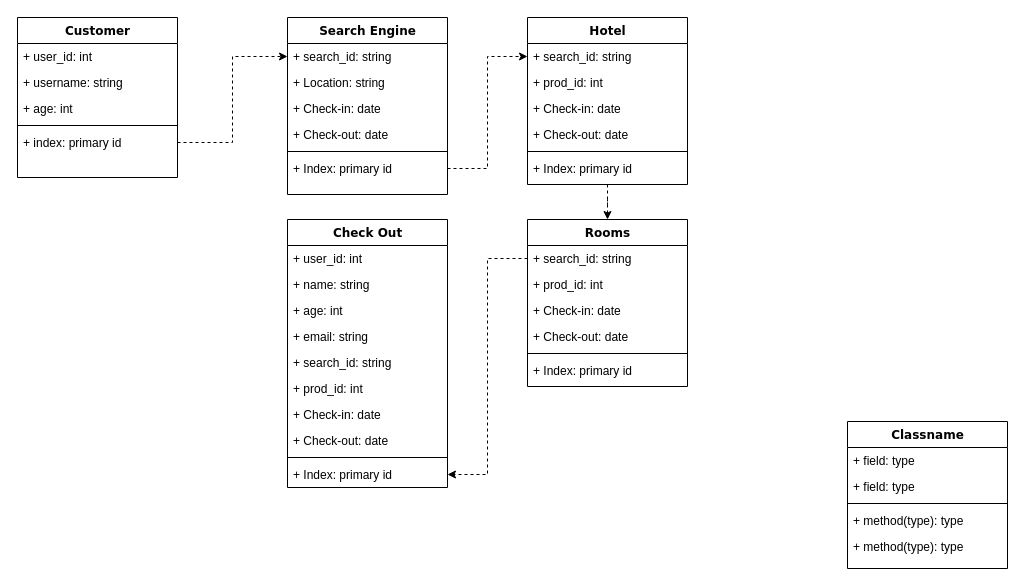
Above: Untitled Diagram.drawio in whyllard/weng (draw.io), before the change. Source tidied: cells renumbered, new cells numbered last; positions are measured from the earlier drawing's top-left corner, leaving out a move shared by most shapes. Both pictures are drawn from the tidied source at 100%, with x=0, y=0 at pixel (17, 17).
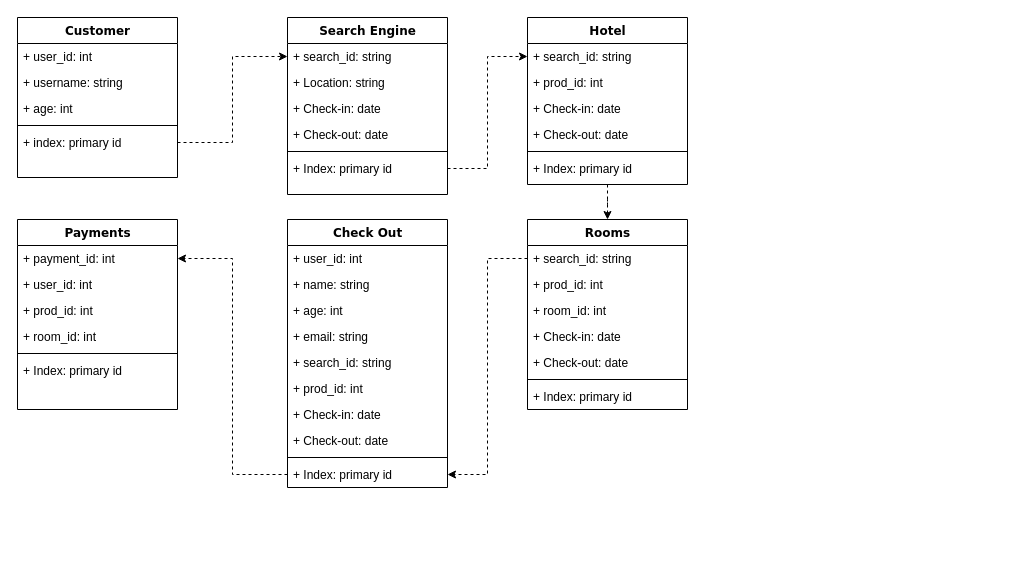
Above is the later version.

The change refers to these unchanged cells:
```xml
<mxCell id="47" value="+ Index: primary id" style="text;html=1;strokeColor=none;fillColor=none;align=left;verticalAlign=top;spacingLeft=4;spacingRight=4;whiteSpace=wrap;overflow=hidden;points=[[0,0.5],[1,0.5]];portConstraint=eastwest;" parent="37" vertex="1">
  <mxGeometry y="242" width="160" height="26" as="geometry" />
</mxCell>
```

Change to the diagram source:
```diff
@@
-    <mxCell id="23" value="Classname" style="swimlane;html=1;fontStyle=1;align=center;verticalAlign=top;horizontal=1;startSize=26;swimlaneFillColor=#ffffff;rounded=0;shadow=0;comic=0;labelBackgroundColor=none;strokeWidth=1;fillColor=none;fontFamily=Verdana;fontSize=12;" parent="1" vertex="1">
-      <mxGeometry x="830" y="404" width="160" height="147" as="geometry" />
-    </mxCell>
-    <mxCell id="24" value="+ field: type" style="text;html=1;strokeColor=none;fillColor=none;align=left;verticalAlign=top;spacingLeft=4;spacingRight=4;whiteSpace=wrap;overflow=hidden;" parent="23" vertex="1">
-      <mxGeometry y="26" width="160" height="26" as="geometry" />
-    </mxCell>
-    <mxCell id="25" value="+ field: type" style="text;html=1;strokeColor=none;fillColor=none;align=left;verticalAlign=top;spacingLeft=4;spacingRight=4;whiteSpace=wrap;overflow=hidden;" parent="23" vertex="1">
-      <mxGeometry y="52" width="160" height="26" as="geometry" />
-    </mxCell>
-    <mxCell id="26" style="line;html=1;strokeWidth=1;fillColor=none;align=left;verticalAlign=middle;spacingTop=-1;spacingLeft=3;spacingRight=3;labelPosition=right;" parent="23" vertex="1">
-      <mxGeometry y="78" width="160" height="8" as="geometry" />
-    </mxCell>
-    <mxCell id="27" value="+ method(type): type" style="text;html=1;strokeColor=none;fillColor=none;align=left;verticalAlign=top;spacingLeft=4;spacingRight=4;whiteSpace=wrap;overflow=hidden;" parent="23" vertex="1">
-      <mxGeometry y="86" width="160" height="26" as="geometry" />
-    </mxCell>
-    <mxCell id="28" value="+ method(type): type" style="text;html=1;strokeColor=none;fillColor=none;align=left;verticalAlign=top;spacingLeft=4;spacingRight=4;whiteSpace=wrap;overflow=hidden;" parent="23" vertex="1">
-      <mxGeometry y="112" width="160" height="26" as="geometry" />
-    </mxCell>
@@
     <mxCell id="30" value="Rooms" style="swimlane;html=1;fontStyle=1;align=center;verticalAlign=top;horizontal=1;startSize=26;swimlaneFillColor=#ffffff;rounded=0;shadow=0;comic=0;labelBackgroundColor=none;strokeWidth=1;fillColor=none;fontFamily=Verdana;fontSize=12;" parent="1" vertex="1">
-      <mxGeometry x="510" y="202" width="160" height="167" as="geometry" />
+      <mxGeometry x="510" y="202" width="160" height="190" as="geometry" />
     </mxCell>
@@
+    <mxCell id="50" value="+ room_id: int" style="text;html=1;strokeColor=none;fillColor=none;align=left;verticalAlign=top;spacingLeft=4;spacingRight=4;whiteSpace=wrap;overflow=hidden;" parent="30" vertex="1">
+      <mxGeometry y="78" width="160" height="26" as="geometry" />
+    </mxCell>
     <mxCell id="33" value="+ Check-in: date" style="text;html=1;strokeColor=none;fillColor=none;align=left;verticalAlign=top;spacingLeft=4;spacingRight=4;whiteSpace=wrap;overflow=hidden;" parent="30" vertex="1">
-      <mxGeometry y="78" width="160" height="26" as="geometry" />
+      <mxGeometry y="104" width="160" height="26" as="geometry" />
     </mxCell>
     <mxCell id="34" value="+ Check-out: date" style="text;html=1;strokeColor=none;fillColor=none;align=left;verticalAlign=top;spacingLeft=4;spacingRight=4;whiteSpace=wrap;overflow=hidden;" parent="30" vertex="1">
-      <mxGeometry y="104" width="160" height="26" as="geometry" />
+      <mxGeometry y="130" width="160" height="26" as="geometry" />
     </mxCell>
     <mxCell id="35" style="line;html=1;strokeWidth=1;fillColor=none;align=left;verticalAlign=middle;spacingTop=-1;spacingLeft=3;spacingRight=3;labelPosition=right;" parent="30" vertex="1">
-      <mxGeometry y="130" width="160" height="8" as="geometry" />
+      <mxGeometry y="156" width="160" height="8" as="geometry" />
     </mxCell>
     <mxCell id="36" value="+ Index: primary id" style="text;html=1;strokeColor=none;fillColor=none;align=left;verticalAlign=top;spacingLeft=4;spacingRight=4;whiteSpace=wrap;overflow=hidden;" parent="30" vertex="1">
-      <mxGeometry y="138" width="160" height="26" as="geometry" />
+      <mxGeometry y="164" width="160" height="26" as="geometry" />
     </mxCell>
@@
+    <mxCell id="51" value="Payments" style="swimlane;html=1;fontStyle=1;align=center;verticalAlign=top;horizontal=1;startSize=26;swimlaneFillColor=#ffffff;rounded=0;shadow=0;comic=0;labelBackgroundColor=none;strokeWidth=1;fillColor=none;fontFamily=Verdana;fontSize=12;" parent="1" vertex="1">
+      <mxGeometry y="202" width="160" height="190" as="geometry" />
+    </mxCell>
+    <mxCell id="52" value="+ payment_id: int" style="text;html=1;strokeColor=none;fillColor=none;align=left;verticalAlign=top;spacingLeft=4;spacingRight=4;whiteSpace=wrap;overflow=hidden;points=[[0,0.5],[1,0.5]];portConstraint=eastwest;" parent="51" vertex="1">
+      <mxGeometry y="26" width="160" height="26" as="geometry" />
+    </mxCell>
+    <mxCell id="53" value="+ user_id: int" style="text;html=1;strokeColor=none;fillColor=none;align=left;verticalAlign=top;spacingLeft=4;spacingRight=4;whiteSpace=wrap;overflow=hidden;" parent="51" vertex="1">
+      <mxGeometry y="52" width="160" height="26" as="geometry" />
+    </mxCell>
+    <mxCell id="54" value="+ prod_id: int" style="text;html=1;strokeColor=none;fillColor=none;align=left;verticalAlign=top;spacingLeft=4;spacingRight=4;whiteSpace=wrap;overflow=hidden;" parent="51" vertex="1">
+      <mxGeometry y="78" width="160" height="26" as="geometry" />
+    </mxCell>
+    <mxCell id="55" value="+ room_id: int" style="text;html=1;strokeColor=none;fillColor=none;align=left;verticalAlign=top;spacingLeft=4;spacingRight=4;whiteSpace=wrap;overflow=hidden;" parent="51" vertex="1">
+      <mxGeometry y="104" width="160" height="26" as="geometry" />
+    </mxCell>
+    <mxCell id="56" style="line;html=1;strokeWidth=1;fillColor=none;align=left;verticalAlign=middle;spacingTop=-1;spacingLeft=3;spacingRight=3;labelPosition=right;" parent="51" vertex="1">
+      <mxGeometry y="130" width="160" height="8" as="geometry" />
+    </mxCell>
+    <mxCell id="57" value="+ Index: primary id" style="text;html=1;strokeColor=none;fillColor=none;align=left;verticalAlign=top;spacingLeft=4;spacingRight=4;whiteSpace=wrap;overflow=hidden;" parent="51" vertex="1">
+      <mxGeometry y="138" width="160" height="26" as="geometry" />
+    </mxCell>
+    <mxCell id="58" style="edgeStyle=orthogonalEdgeStyle;rounded=0;jettySize=auto;html=1;dashed=1;entryX=1;entryY=0.5;entryDx=0;entryDy=0;" parent="1" edge="1" source="47" target="52">
+      <mxGeometry relative="1" as="geometry" />
+    </mxCell>
```
